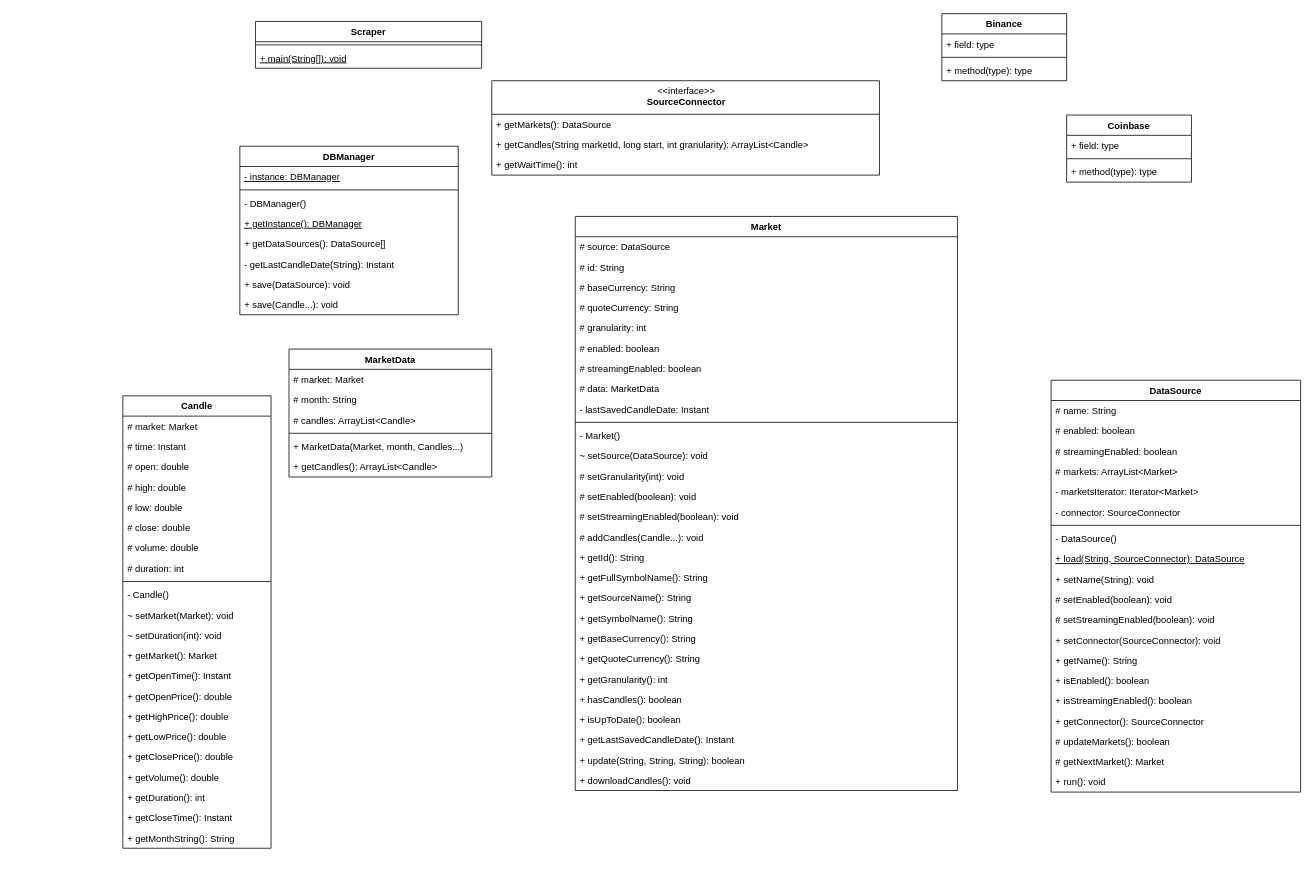
This is page "Scraper" (3 of 4) of drawio/project.drawio from nferrante1/lsmsd2, a draw.io file, before an edit. Source tidied: cells renumbered, new cells numbered last; positions are measured from the earlier drawing's top-left corner, leaving out a move shared by most shapes. Both pictures are drawn from the tidied source at 78%, with x=0, y=0 at pixel (122, 13).
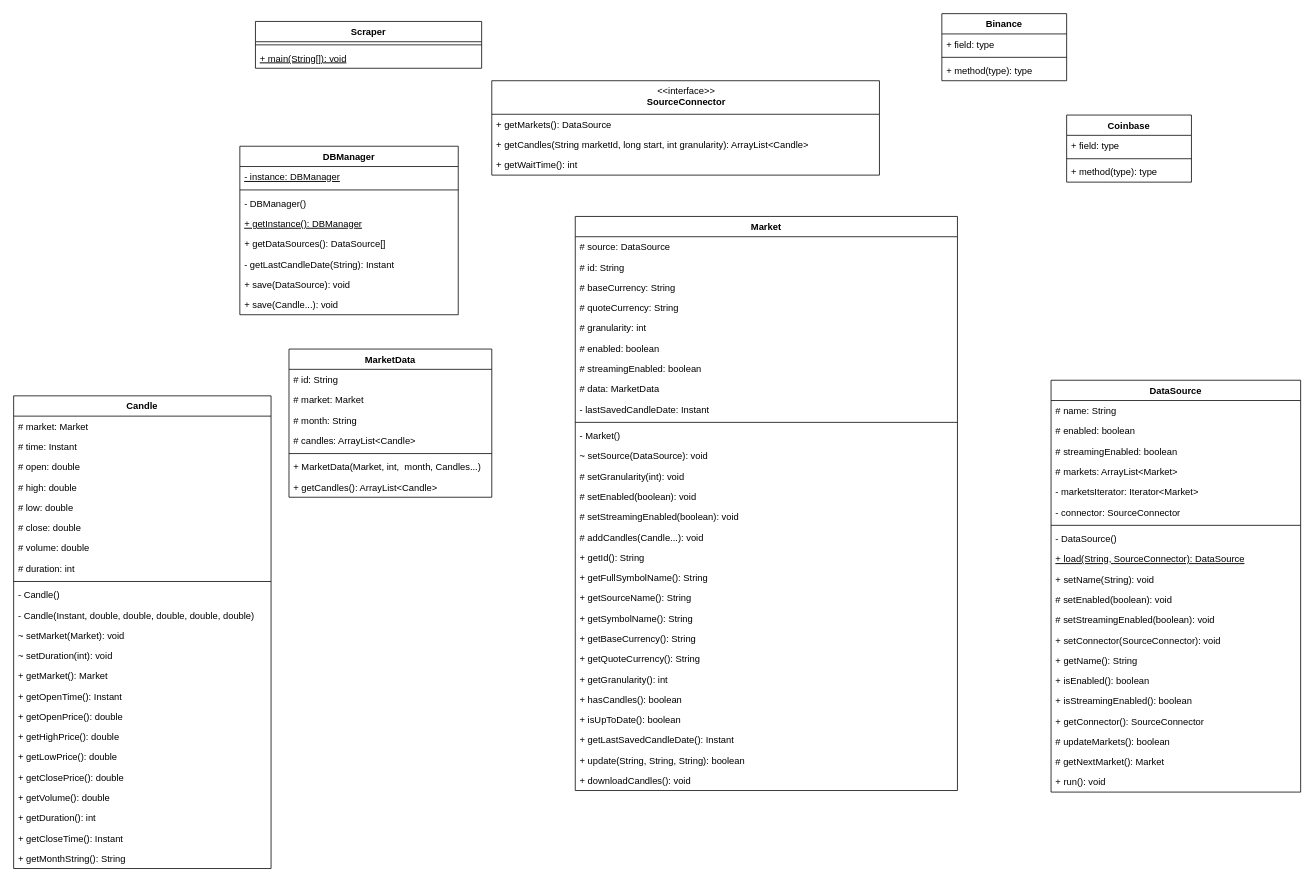
The same page after the edit.

The edit, as a diff of the source:
```diff
@@
     <mxCell id="17" value="Candle" style="swimlane;fontStyle=1;align=center;verticalAlign=top;horizontal=1;startSize=26;" parent="1" vertex="1">
-      <mxGeometry y="490" width="190" height="580" as="geometry" />
+      <mxGeometry x="-140" y="490" width="330" height="606" as="geometry" />
     </mxCell>
     <mxCell id="18" value="# market: Market" style="text;strokeColor=none;fillColor=none;align=left;verticalAlign=top;spacingLeft=4;spacingRight=4;overflow=hidden;" parent="17" vertex="1">
-      <mxGeometry y="26" width="190" height="26" as="geometry" />
+      <mxGeometry y="26" width="330" height="26" as="geometry" />
     </mxCell>
     <mxCell id="19" value="# time: Instant" style="text;strokeColor=none;fillColor=none;align=left;verticalAlign=top;spacingLeft=4;spacingRight=4;overflow=hidden;" parent="17" vertex="1">
-      <mxGeometry y="52" width="190" height="26" as="geometry" />
+      <mxGeometry y="52" width="330" height="26" as="geometry" />
     </mxCell>
     <mxCell id="20" value="# open: double" style="text;strokeColor=none;fillColor=none;align=left;verticalAlign=top;spacingLeft=4;spacingRight=4;overflow=hidden;" parent="17" vertex="1">
-      <mxGeometry y="78" width="190" height="26" as="geometry" />
+      <mxGeometry y="78" width="330" height="26" as="geometry" />
     </mxCell>
     <mxCell id="21" value="# high: double" style="text;strokeColor=none;fillColor=none;align=left;verticalAlign=top;spacingLeft=4;spacingRight=4;overflow=hidden;" parent="17" vertex="1">
-      <mxGeometry y="104" width="190" height="26" as="geometry" />
+      <mxGeometry y="104" width="330" height="26" as="geometry" />
     </mxCell>
     <mxCell id="22" value="# low: double" style="text;strokeColor=none;fillColor=none;align=left;verticalAlign=top;spacingLeft=4;spacingRight=4;overflow=hidden;" parent="17" vertex="1">
-      <mxGeometry y="130" width="190" height="26" as="geometry" />
+      <mxGeometry y="130" width="330" height="26" as="geometry" />
     </mxCell>
     <mxCell id="23" value="# close: double" style="text;strokeColor=none;fillColor=none;align=left;verticalAlign=top;spacingLeft=4;spacingRight=4;overflow=hidden;" parent="17" vertex="1">
-      <mxGeometry y="156" width="190" height="26" as="geometry" />
+      <mxGeometry y="156" width="330" height="26" as="geometry" />
     </mxCell>
     <mxCell id="24" value="# volume: double" style="text;strokeColor=none;fillColor=none;align=left;verticalAlign=top;spacingLeft=4;spacingRight=4;overflow=hidden;" parent="17" vertex="1">
-      <mxGeometry y="182" width="190" height="26" as="geometry" />
+      <mxGeometry y="182" width="330" height="26" as="geometry" />
     </mxCell>
     <mxCell id="25" value="# duration: int" style="text;strokeColor=none;fillColor=none;align=left;verticalAlign=top;spacingLeft=4;spacingRight=4;overflow=hidden;" parent="17" vertex="1">
-      <mxGeometry y="208" width="190" height="26" as="geometry" />
+      <mxGeometry y="208" width="330" height="26" as="geometry" />
     </mxCell>
     <mxCell id="26" style="line;strokeWidth=1;fillColor=none;align=left;verticalAlign=middle;spacingTop=-1;spacingLeft=3;spacingRight=3;labelPosition=right;" parent="17" vertex="1">
-      <mxGeometry y="234" width="190" height="8" as="geometry" />
+      <mxGeometry y="234" width="330" height="8" as="geometry" />
     </mxCell>
     <mxCell id="27" value="- Candle()" style="text;strokeColor=none;fillColor=none;align=left;verticalAlign=top;spacingLeft=4;spacingRight=4;overflow=hidden;" parent="17" vertex="1">
-      <mxGeometry y="242" width="190" height="26" as="geometry" />
+      <mxGeometry y="242" width="330" height="26" as="geometry" />
     </mxCell>
+    <mxCell id="106" value="- Candle(Instant, double, double, double, double, double)" style="text;strokeColor=none;fillColor=none;align=left;verticalAlign=top;spacingLeft=4;spacingRight=4;overflow=hidden;" parent="17" vertex="1">
+      <mxGeometry y="268" width="330" height="26" as="geometry" />
+    </mxCell>
     <mxCell id="28" value="~ setMarket(Market): void" style="text;strokeColor=none;fillColor=none;align=left;verticalAlign=top;spacingLeft=4;spacingRight=4;overflow=hidden;" parent="17" vertex="1">
-      <mxGeometry y="268" width="190" height="26" as="geometry" />
+      <mxGeometry y="294" width="330" height="26" as="geometry" />
     </mxCell>
     <mxCell id="29" value="~ setDuration(int): void" style="text;strokeColor=none;fillColor=none;align=left;verticalAlign=top;spacingLeft=4;spacingRight=4;overflow=hidden;" parent="17" vertex="1">
-      <mxGeometry y="294" width="190" height="26" as="geometry" />
+      <mxGeometry y="320" width="330" height="26" as="geometry" />
     </mxCell>
     <mxCell id="30" value="+ getMarket(): Market" style="text;strokeColor=none;fillColor=none;align=left;verticalAlign=top;spacingLeft=4;spacingRight=4;overflow=hidden;" parent="17" vertex="1">
-      <mxGeometry y="320" width="190" height="26" as="geometry" />
+      <mxGeometry y="346" width="330" height="26" as="geometry" />
     </mxCell>
     <mxCell id="31" value="+ getOpenTime(): Instant" style="text;strokeColor=none;fillColor=none;align=left;verticalAlign=top;spacingLeft=4;spacingRight=4;overflow=hidden;" parent="17" vertex="1">
-      <mxGeometry y="346" width="190" height="26" as="geometry" />
+      <mxGeometry y="372" width="330" height="26" as="geometry" />
     </mxCell>
     <mxCell id="32" value="+ getOpenPrice(): double" style="text;strokeColor=none;fillColor=none;align=left;verticalAlign=top;spacingLeft=4;spacingRight=4;overflow=hidden;" parent="17" vertex="1">
-      <mxGeometry y="372" width="190" height="26" as="geometry" />
+      <mxGeometry y="398" width="330" height="26" as="geometry" />
     </mxCell>
     <mxCell id="33" value="+ getHighPrice(): double" style="text;strokeColor=none;fillColor=none;align=left;verticalAlign=top;spacingLeft=4;spacingRight=4;overflow=hidden;" parent="17" vertex="1">
-      <mxGeometry y="398" width="190" height="26" as="geometry" />
+      <mxGeometry y="424" width="330" height="26" as="geometry" />
     </mxCell>
     <mxCell id="34" value="+ getLowPrice(): double" style="text;strokeColor=none;fillColor=none;align=left;verticalAlign=top;spacingLeft=4;spacingRight=4;overflow=hidden;" parent="17" vertex="1">
-      <mxGeometry y="424" width="190" height="26" as="geometry" />
+      <mxGeometry y="450" width="330" height="26" as="geometry" />
     </mxCell>
     <mxCell id="35" value="+ getClosePrice(): double" style="text;strokeColor=none;fillColor=none;align=left;verticalAlign=top;spacingLeft=4;spacingRight=4;overflow=hidden;" parent="17" vertex="1">
-      <mxGeometry y="450" width="190" height="26" as="geometry" />
+      <mxGeometry y="476" width="330" height="26" as="geometry" />
     </mxCell>
     <mxCell id="36" value="+ getVolume(): double" style="text;strokeColor=none;fillColor=none;align=left;verticalAlign=top;spacingLeft=4;spacingRight=4;overflow=hidden;" parent="17" vertex="1">
-      <mxGeometry y="476" width="190" height="26" as="geometry" />
+      <mxGeometry y="502" width="330" height="26" as="geometry" />
     </mxCell>
     <mxCell id="37" value="+ getDuration(): int" style="text;strokeColor=none;fillColor=none;align=left;verticalAlign=top;spacingLeft=4;spacingRight=4;overflow=hidden;" parent="17" vertex="1">
-      <mxGeometry y="502" width="190" height="26" as="geometry" />
+      <mxGeometry y="528" width="330" height="26" as="geometry" />
     </mxCell>
     <mxCell id="38" value="+ getCloseTime(): Instant" style="text;strokeColor=none;fillColor=none;align=left;verticalAlign=top;spacingLeft=4;spacingRight=4;overflow=hidden;" parent="17" vertex="1">
-      <mxGeometry y="528" width="190" height="26" as="geometry" />
+      <mxGeometry y="554" width="330" height="26" as="geometry" />
     </mxCell>
     <mxCell id="39" value="+ getMonthString(): String" style="text;strokeColor=none;fillColor=none;align=left;verticalAlign=top;spacingLeft=4;spacingRight=4;overflow=hidden;" parent="17" vertex="1">
-      <mxGeometry y="554" width="190" height="26" as="geometry" />
+      <mxGeometry y="580" width="330" height="26" as="geometry" />
     </mxCell>
@@
     <mxCell id="99" value="MarketData" style="swimlane;fontStyle=1;align=center;verticalAlign=top;horizontal=1;startSize=26;" parent="1" vertex="1">
-      <mxGeometry x="213" y="430" width="260" height="164" as="geometry" />
+      <mxGeometry x="213" y="430" width="260" height="190" as="geometry" />
     </mxCell>
-    <mxCell id="100" value="# market: Market" style="text;strokeColor=none;fillColor=none;align=left;verticalAlign=top;spacingLeft=4;spacingRight=4;overflow=hidden;" parent="99" vertex="1">
+    <mxCell id="100" value="# id: String" style="text;strokeColor=none;fillColor=none;align=left;verticalAlign=top;spacingLeft=4;spacingRight=4;overflow=hidden;" parent="99" vertex="1">
       <mxGeometry y="26" width="260" height="26" as="geometry" />
     </mxCell>
+    <mxCell id="107" value="# market: Market" style="text;strokeColor=none;fillColor=none;align=left;verticalAlign=top;spacingLeft=4;spacingRight=4;overflow=hidden;" parent="99" vertex="1">
+      <mxGeometry y="52" width="260" height="26" as="geometry" />
+    </mxCell>
     <mxCell id="101" value="# month: String" style="text;strokeColor=none;fillColor=none;align=left;verticalAlign=top;spacingLeft=4;spacingRight=4;overflow=hidden;" parent="99" vertex="1">
-      <mxGeometry y="52" width="260" height="26" as="geometry" />
+      <mxGeometry y="78" width="260" height="26" as="geometry" />
     </mxCell>
     <mxCell id="102" value="# candles: ArrayList&lt;Candle&gt;" style="text;strokeColor=none;fillColor=none;align=left;verticalAlign=top;spacingLeft=4;spacingRight=4;overflow=hidden;" parent="99" vertex="1">
-      <mxGeometry y="78" width="260" height="26" as="geometry" />
+      <mxGeometry y="104" width="260" height="26" as="geometry" />
     </mxCell>
     <mxCell id="103" style="line;strokeWidth=1;fillColor=none;align=left;verticalAlign=middle;spacingTop=-1;spacingLeft=3;spacingRight=3;labelPosition=right;" parent="99" vertex="1">
-      <mxGeometry y="104" width="260" height="8" as="geometry" />
+      <mxGeometry y="130" width="260" height="8" as="geometry" />
     </mxCell>
-    <mxCell id="104" value="+ MarketData(Market, month, Candles...)" style="text;strokeColor=none;fillColor=none;align=left;verticalAlign=top;spacingLeft=4;spacingRight=4;overflow=hidden;" parent="99" vertex="1">
-      <mxGeometry y="112" width="260" height="26" as="geometry" />
+    <mxCell id="104" value="+ MarketData(Market, int,  month, Candles...)" style="text;strokeColor=none;fillColor=none;align=left;verticalAlign=top;spacingLeft=4;spacingRight=4;overflow=hidden;" parent="99" vertex="1">
+      <mxGeometry y="138" width="260" height="26" as="geometry" />
     </mxCell>
     <mxCell id="105" value="+ getCandles(): ArrayList&lt;Candle&gt;" style="text;strokeColor=none;fillColor=none;align=left;verticalAlign=top;spacingLeft=4;spacingRight=4;overflow=hidden;" parent="99" vertex="1">
-      <mxGeometry y="138" width="260" height="26" as="geometry" />
+      <mxGeometry y="164" width="260" height="26" as="geometry" />
     </mxCell>
```
